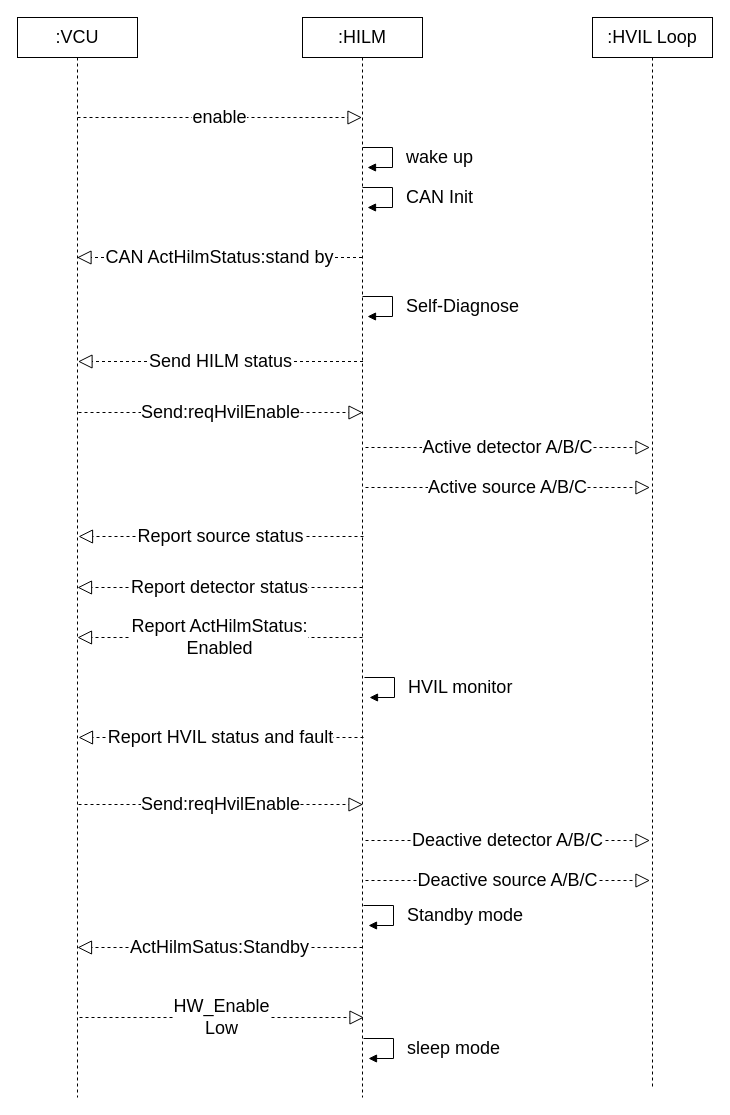
This is page "Page-1" (1 of 2) of HVIL.drawio from HikerPan/canwifi, a draw.io file, before an edit. Source tidied: cells renumbered, new cells numbered last; positions are measured from the earlier drawing's top-left corner, leaving out a move shared by most shapes. Both pictures are drawn from the tidied source at 100%, with x=0, y=0 at pixel (17, 17).
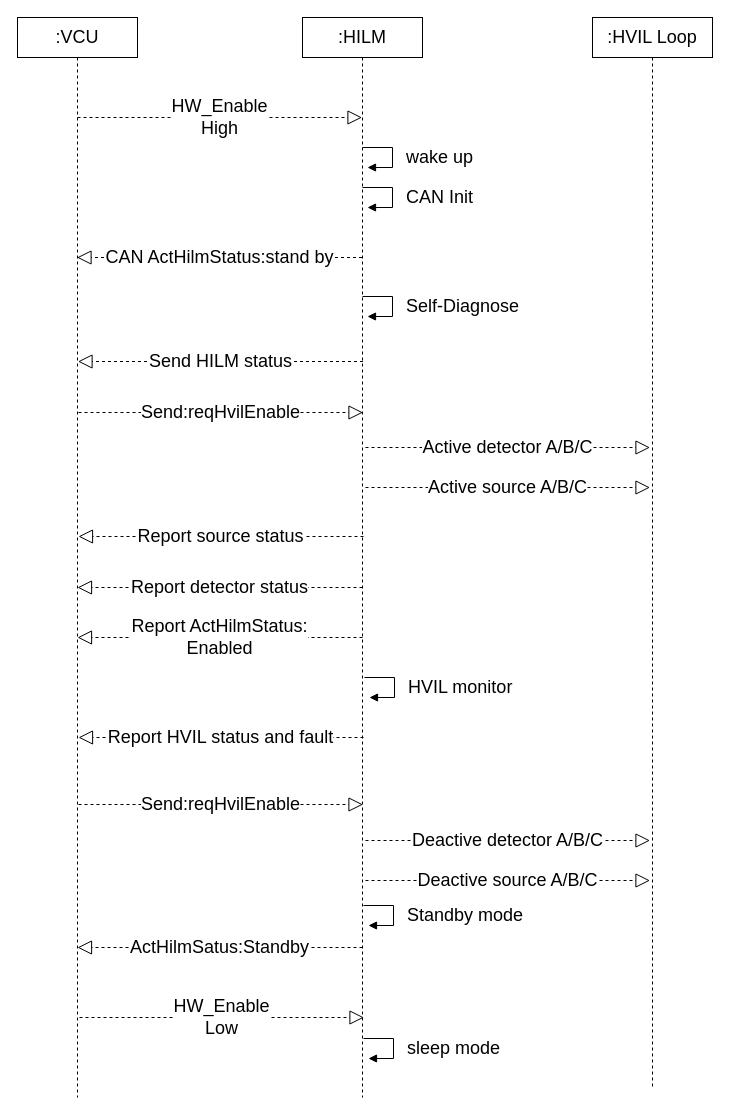
The same page after the edit.

The change refers to these unchanged cells:
```xml
<mxCell id="2" value=":VCU" style="shape=umlLifeline;perimeter=lifelinePerimeter;whiteSpace=wrap;html=1;outlineConnect=0;fontSize=18;" parent="1" vertex="1">
  <mxGeometry width="120" height="1080" as="geometry" />
</mxCell>
<mxCell id="4" value=":HILM" style="shape=umlLifeline;perimeter=lifelinePerimeter;whiteSpace=wrap;html=1;outlineConnect=0;fontSize=18;" parent="1" vertex="1">
  <mxGeometry x="285" width="120" height="1080" as="geometry" />
</mxCell>
```

The edit, as a diff of the source:
```diff
@@
-    <mxCell id="3" value="enable" style="endArrow=block;dashed=1;endFill=0;endSize=12;html=1;rounded=0;fontSize=18;" parent="2" edge="1" target="4">
+    <mxCell id="3" value="HW_Enable&lt;br&gt;High" style="endArrow=block;dashed=1;endFill=0;endSize=12;html=1;rounded=0;fontSize=18;" parent="2" edge="1" target="4">
       <mxGeometry relative="1" as="geometry">
         <mxPoint x="60" y="100" as="sourcePoint" />
       </mxGeometry>
     </mxCell>
```
